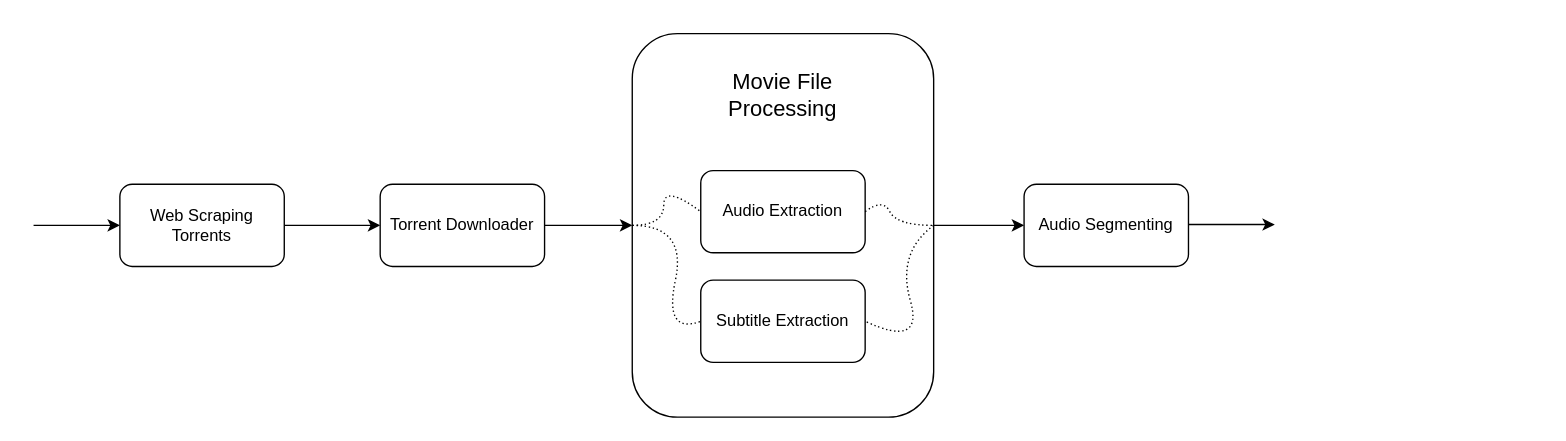
Earlier version of the draw.io diagram docs/assets/data_pipeline_graph.drawio (skpha13/stt-movie-subs). Source tidied: cells renumbered, new cells numbered last; positions are measured from the earlier drawing's top-left corner, leaving out a move shared by most shapes. Both pictures are drawn from the tidied source at 137%, with x=0, y=0 at pixel (33, 33).
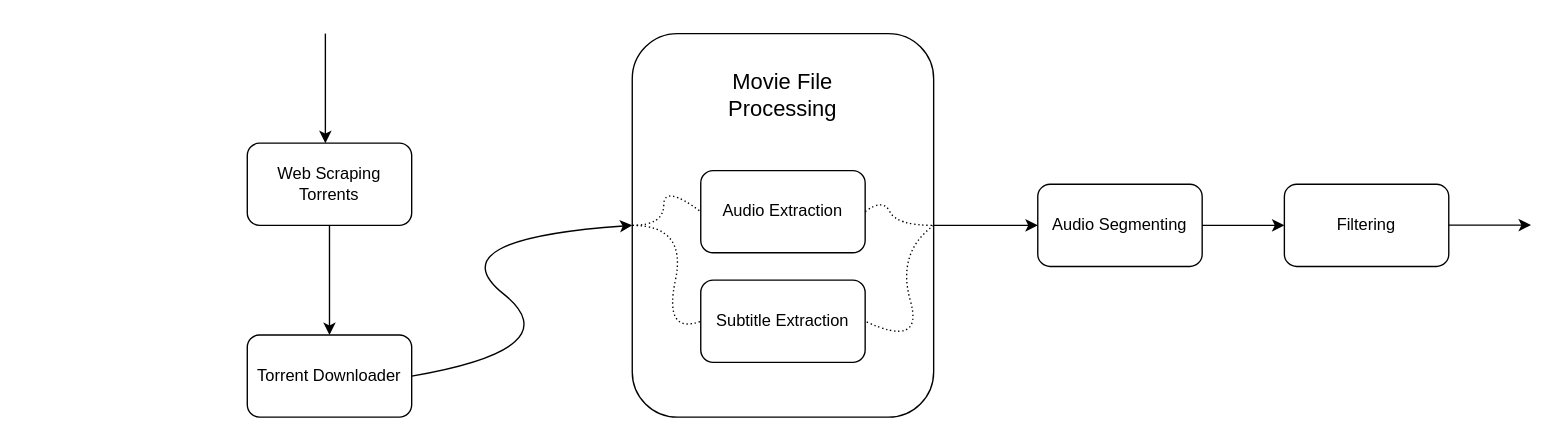
Above is the later version.

Unchanged cells that the change refers to:
```xml
<mxCell id="7" style="rounded=1;whiteSpace=wrap;html=1;fillColor=none;" parent="1" vertex="1">
  <mxGeometry x="437" width="220" height="280" as="geometry" />
</mxCell>
```

Change to the diagram source:
```diff
@@
-    <mxCell id="2" style="edgeStyle=orthogonalEdgeStyle;rounded=0;jettySize=auto;html=1;entryX=0;entryY=0.5;entryDx=0;entryDy=0;" parent="1" edge="1" source="3" target="5">
+    <mxCell id="2" style="edgeStyle=orthogonalEdgeStyle;rounded=0;jettySize=auto;html=1;entryX=0.5;entryY=0;entryDx=0;entryDy=0;" parent="1" edge="1" source="3" target="5">
       <mxGeometry relative="1" as="geometry" />
     </mxCell>
     <mxCell id="3" value="Web Scraping Torrents" style="rounded=1;whiteSpace=wrap;html=1;fillColor=none;" parent="1" vertex="1">
-      <mxGeometry x="63" y="110" width="120" height="60" as="geometry" />
+      <mxGeometry x="156" y="80" width="120" height="60" as="geometry" />
     </mxCell>
-    <mxCell id="4" style="edgeStyle=orthogonalEdgeStyle;rounded=0;jettySize=auto;html=1;entryX=0;entryY=0.5;entryDx=0;entryDy=0;" parent="1" edge="1" source="5" target="7">
-      <mxGeometry relative="1" as="geometry" />
-    </mxCell>
     <mxCell id="5" value="Torrent Downloader" style="rounded=1;whiteSpace=wrap;html=1;fillColor=none;" parent="1" vertex="1">
-      <mxGeometry x="253" y="110" width="120" height="60" as="geometry" />
+      <mxGeometry x="156" y="220" width="120" height="60" as="geometry" />
     </mxCell>
@@
+    <mxCell id="18" style="edgeStyle=orthogonalEdgeStyle;rounded=0;jettySize=auto;html=1;entryX=0;entryY=0.5;entryDx=0;entryDy=0;" parent="1" edge="1" source="11" target="19">
+      <mxGeometry relative="1" as="geometry" />
+    </mxCell>
     <mxCell id="11" value="Audio Segmenting" style="rounded=1;whiteSpace=wrap;html=1;fillColor=none;" parent="1" vertex="1">
-      <mxGeometry x="723" y="110" width="120" height="60" as="geometry" />
+      <mxGeometry x="733" y="110" width="120" height="60" as="geometry" />
     </mxCell>
@@
-    <mxCell id="16" style="endArrow=classic;html=1;rounded=0;entryX=0;entryY=0.5;entryDx=0;entryDy=0;" parent="1" edge="1" target="3">
-      <mxGeometry relative="1" as="geometry">
-        <mxPoint y="140" as="sourcePoint" />
-      </mxGeometry>
-    </mxCell>
-    <mxCell id="17" style="endArrow=classic;html=1;rounded=0;entryX=0;entryY=0.5;entryDx=0;entryDy=0;" parent="1" edge="1">
-      <mxGeometry relative="1" as="geometry">
-        <mxPoint x="843" y="139.4" as="sourcePoint" />
-        <mxPoint x="906" y="139.4" as="targetPoint" />
-      </mxGeometry>
-    </mxCell>
+    <mxCell id="19" value="Filtering" style="rounded=1;whiteSpace=wrap;html=1;fillColor=none;" parent="1" vertex="1">
+      <mxGeometry x="913" y="110" width="120" height="60" as="geometry" />
+    </mxCell>
+    <mxCell id="20" style="edgeStyle=orthogonalEdgeStyle;rounded=0;orthogonalLoop=1;jettySize=auto;html=1;entryX=0;entryY=0.5;entryDx=0;entryDy=0;" parent="1" edge="1">
+      <mxGeometry relative="1" as="geometry">
+        <mxPoint x="1033" y="139.8" as="sourcePoint" />
+        <mxPoint x="1093" y="139.8" as="targetPoint" />
+      </mxGeometry>
+    </mxCell>
+    <mxCell id="4" style="curved=1;endArrow=classic;html=1;rounded=0;exitX=1;exitY=0.5;exitDx=0;exitDy=0;entryX=0;entryY=0.5;entryDx=0;entryDy=0;" parent="1" edge="1" source="5" target="7">
+      <mxGeometry relative="1" as="geometry">
+        <Array as="points">
+          <mxPoint x="393" y="230" />
+          <mxPoint x="293" y="150" />
+        </Array>
+      </mxGeometry>
+    </mxCell>
+    <mxCell id="21" style="endArrow=classic;html=1;rounded=0;" parent="1" edge="1">
+      <mxGeometry relative="1" as="geometry">
+        <mxPoint x="213" as="sourcePoint" />
+        <mxPoint x="213" y="80" as="targetPoint" />
+      </mxGeometry>
+    </mxCell>
```
